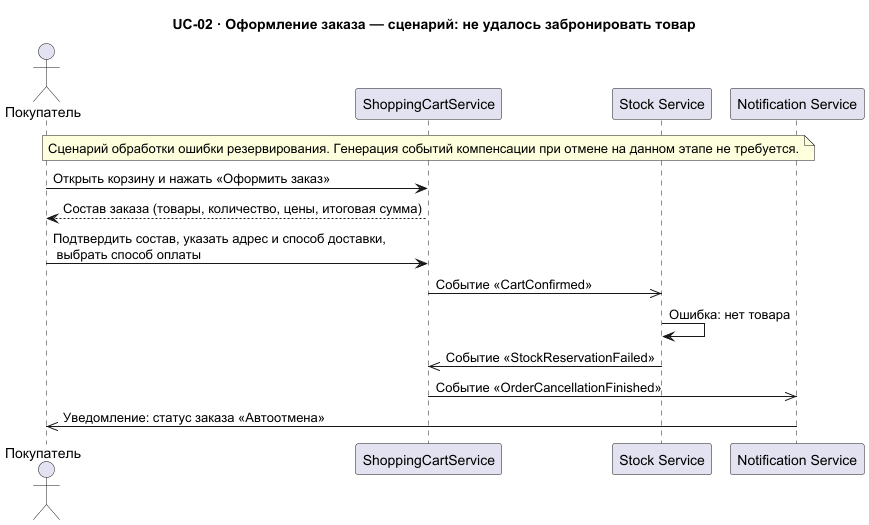
The PlantUML diagram Task1/seq-order-placement-choreography-stock-reservation-failed.png in Babikoff/MSA-3-NovaMarket, before a commit. The source it was exported from:
```plantuml
@startuml
title UC-02 · Оформление заказа — сценарий: не удалось забронировать товар

note over ShoppingCartService : Сценарий обработки ошибки резервирования. Генерация событий компенсации при отмене на данном этапе не требуется.

actor "Покупатель" as buyer
participant "Shopping Cart Service" as ShoppingCartService
participant "Stock Service" as StockService
participant "Notification Service" as NotificationService

buyer -> ShoppingCartService : Открыть корзину и нажать «Оформить заказ»
ShoppingCartService --> buyer : Состав заказа (товары, количество, цены, итоговая сумма)

buyer -> ShoppingCartService : Подтвердить состав, указать адрес и способ доставки,\n выбрать способ оплаты
ShoppingCartService ->> StockService : Событие «CartConfirmed»

StockService -> StockService : Ошибка: нет товара
StockService ->> ShoppingCartService : Событие «StockReservationFailed»

ShoppingCartService ->> NotificationService : Событие «OrderCancellationFinished»
NotificationService ->> buyer : Уведомление: статус заказа «Автоотмена»

@enduml
```
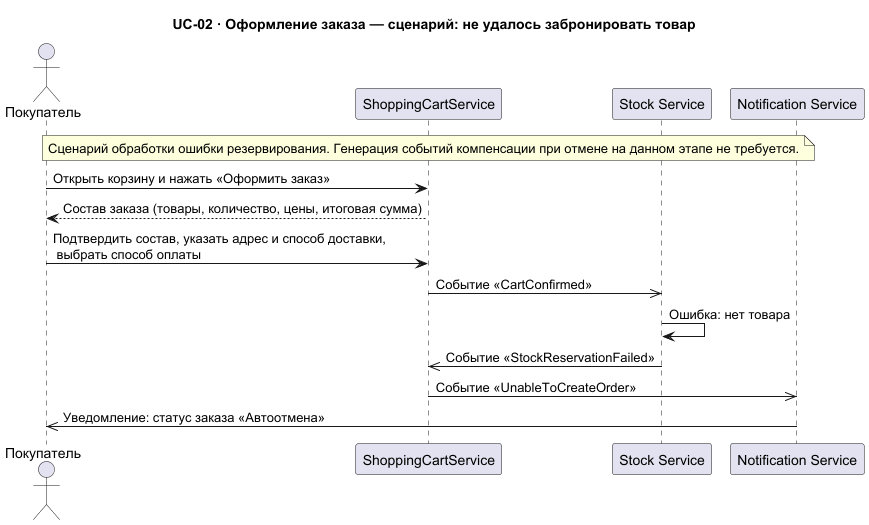
Later version of the same file.

What changed in the source:
```diff
@@ -17,7 +17,7 @@
 StockService -> StockService : Ошибка: нет товара
 StockService ->> ShoppingCartService : Событие «StockReservationFailed»
 
-ShoppingCartService ->> NotificationService : Событие «OrderCancellationFinished»
+ShoppingCartService ->> NotificationService : Событие «UnableToCreateOrder»
 NotificationService ->> buyer : Уведомление: статус заказа «Автоотмена»
 
 @enduml
```
